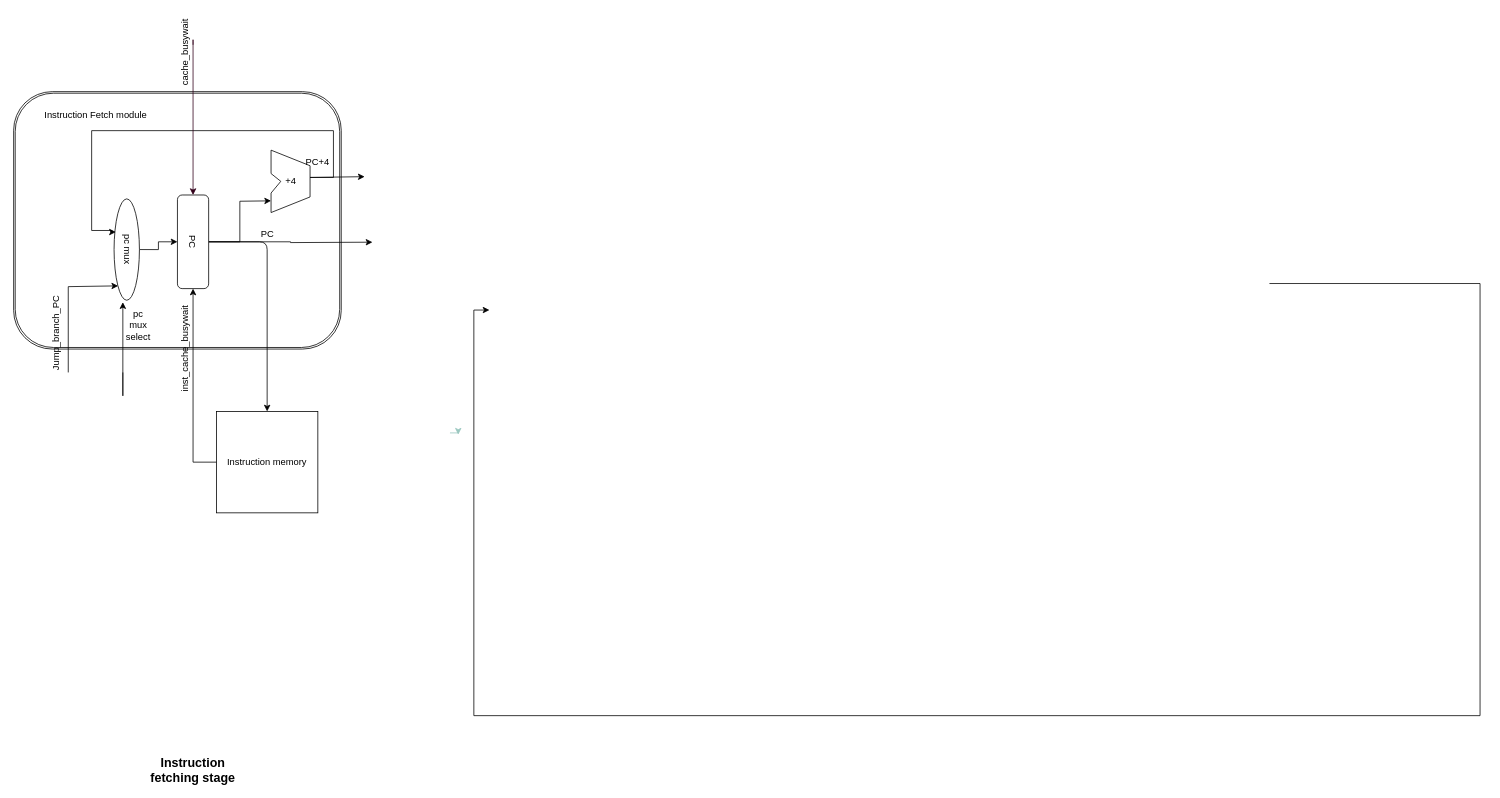
cepdnaclk/e16-co502-RISCV-Pipeline-CPU-Implimentation-Group2 keeps this draw.io diagram as page "Page-4" (9 of 13) of Instruction memory/InstrCacheFSM.drawio. Above is the earlier version. Source tidied: cells renumbered, new cells numbered last; positions are measured from the earlier drawing's top-left corner, leaving out a move shared by most shapes. Both pictures are drawn from the tidied source at 78%, with x=0, y=0 at pixel (13, -18).
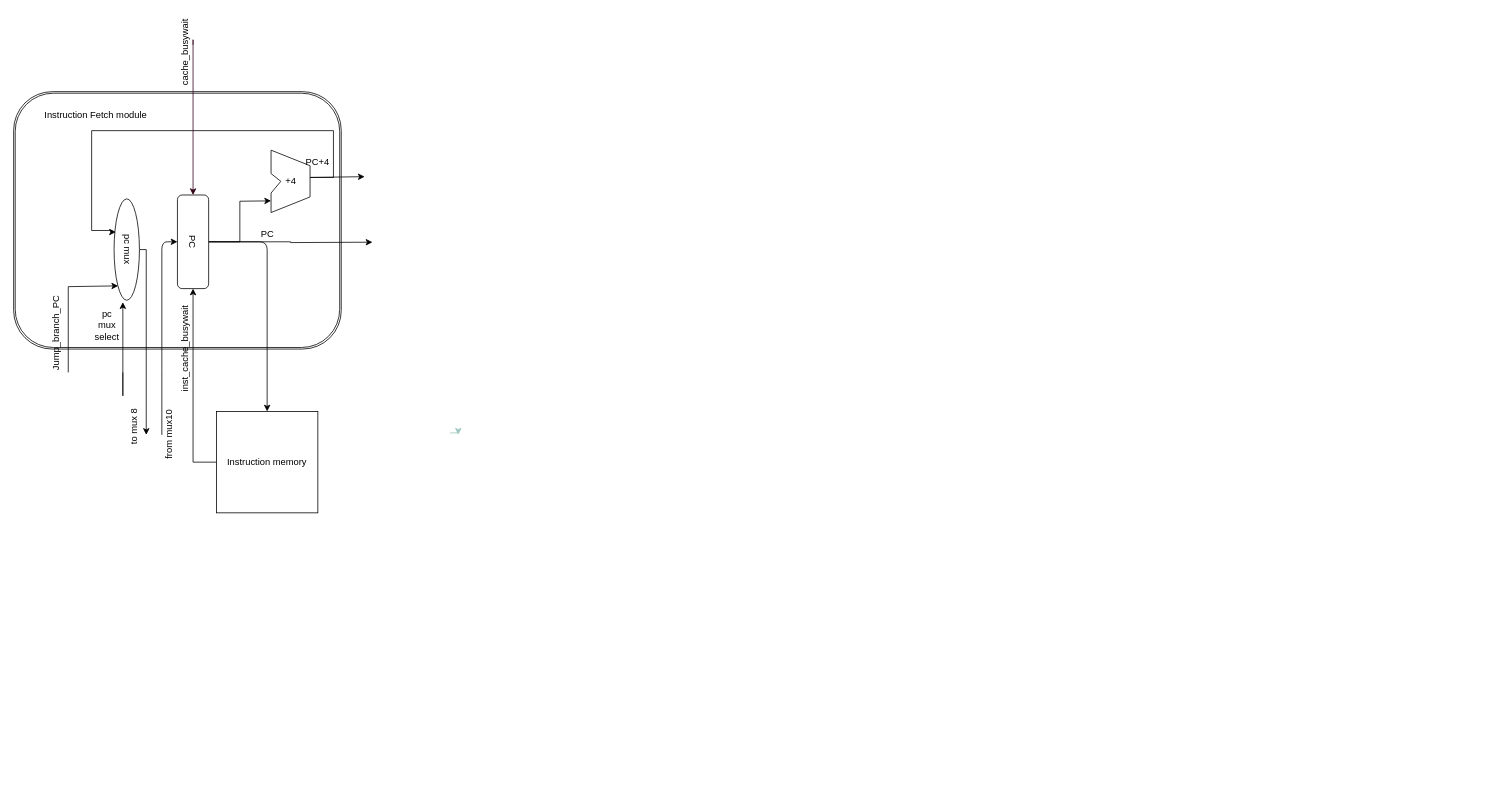
The same page after the edit.

Commit message (it also covers changes not shown here):
Instruction cache FSM updated

Unchanged cells that the change refers to:
```xml
<mxCell id="20" value="PC" style="rounded=1;whiteSpace=wrap;html=1;rotation=90;" parent="1" vertex="1">
  <mxGeometry x="170" y="312.5" width="120" height="40" as="geometry" />
</mxCell>
<mxCell id="22" value="pc mux" style="ellipse;whiteSpace=wrap;html=1;rotation=90;" parent="1" vertex="1">
  <mxGeometry x="80" y="326.2" width="130" height="32.5" as="geometry" />
</mxCell>
```

The edit, as a diff of the source:
```diff
@@
-    <mxCell id="5" style="edgeStyle=orthogonalEdgeStyle;rounded=0;orthogonalLoop=1;jettySize=auto;html=1;entryX=0;entryY=0.5;entryDx=0;entryDy=0;exitX=0.5;exitY=0;exitDx=0;exitDy=0;" parent="1" edge="1">
-      <mxGeometry relative="1" as="geometry">
-        <mxPoint x="1610" y="386" as="sourcePoint" />
-        <mxPoint x="610" y="420" as="targetPoint" />
-        <Array as="points">
-          <mxPoint x="1880" y="386" />
-          <mxPoint x="1880" y="940" />
-          <mxPoint x="590" y="940" />
-          <mxPoint x="590" y="420" />
-        </Array>
-      </mxGeometry>
-    </mxCell>
@@
+    <mxCell id="37" style="edgeStyle=orthogonalEdgeStyle;rounded=1;jettySize=auto;html=1;startArrow=classic;startFill=1;endArrow=none;endFill=0;targetPerimeterSpacing=0;strokeWidth=1;" parent="1" edge="1" source="20">
+      <mxGeometry relative="1" as="geometry">
+        <mxPoint x="190" y="580" as="targetPoint" />
+      </mxGeometry>
+    </mxCell>
@@
-    <mxCell id="21" style="edgeStyle=orthogonalEdgeStyle;rounded=0;sketch=0;jettySize=auto;html=1;entryX=0.5;entryY=1;entryDx=0;entryDy=0;" parent="1" edge="1" source="22" target="20">
-      <mxGeometry relative="1" as="geometry" />
+    <mxCell id="21" style="edgeStyle=orthogonalEdgeStyle;rounded=0;sketch=0;jettySize=auto;html=1;exitX=0.5;exitY=0;exitDx=0;exitDy=0;" parent="1" edge="1" source="22">
+      <mxGeometry relative="1" as="geometry">
+        <mxPoint x="170" y="580" as="targetPoint" />
+        <Array as="points">
+          <mxPoint x="170" y="343" />
+          <mxPoint x="170" y="570" />
+        </Array>
+      </mxGeometry>
     </mxCell>
@@
     <mxCell id="24" value="pc mux select" style="text;html=1;strokeColor=none;fillColor=none;align=center;verticalAlign=middle;whiteSpace=wrap;rounded=0;sketch=0;" parent="1" vertex="1">
-      <mxGeometry x="140" y="430" width="40" height="20" as="geometry" />
+      <mxGeometry x="100" y="430" width="40" height="20" as="geometry" />
     </mxCell>
@@
-    <mxCell id="26" value="&lt;font style=&quot;font-size: 16px&quot;&gt;&lt;b&gt;Instruction fetching stage&lt;/b&gt;&lt;/font&gt;" style="text;html=1;strokeColor=none;fillColor=none;align=center;verticalAlign=middle;whiteSpace=wrap;rounded=0;sketch=0;" parent="1" vertex="1">
-      <mxGeometry x="170" y="1000" width="120" height="20" as="geometry" />
-    </mxCell>
@@
+    <mxCell id="38" value="to mux 8" style="text;html=1;align=center;verticalAlign=middle;strokeColor=none;rotation=-90;" parent="1" vertex="1">
+      <mxGeometry x="125" y="560" width="60" height="20" as="geometry" />
+    </mxCell>
+    <mxCell id="39" value="from mux10" style="text;html=1;align=center;verticalAlign=middle;strokeColor=none;rotation=-90;" parent="1" vertex="1">
+      <mxGeometry x="160" y="570" width="80" height="20" as="geometry" />
+    </mxCell>
```
